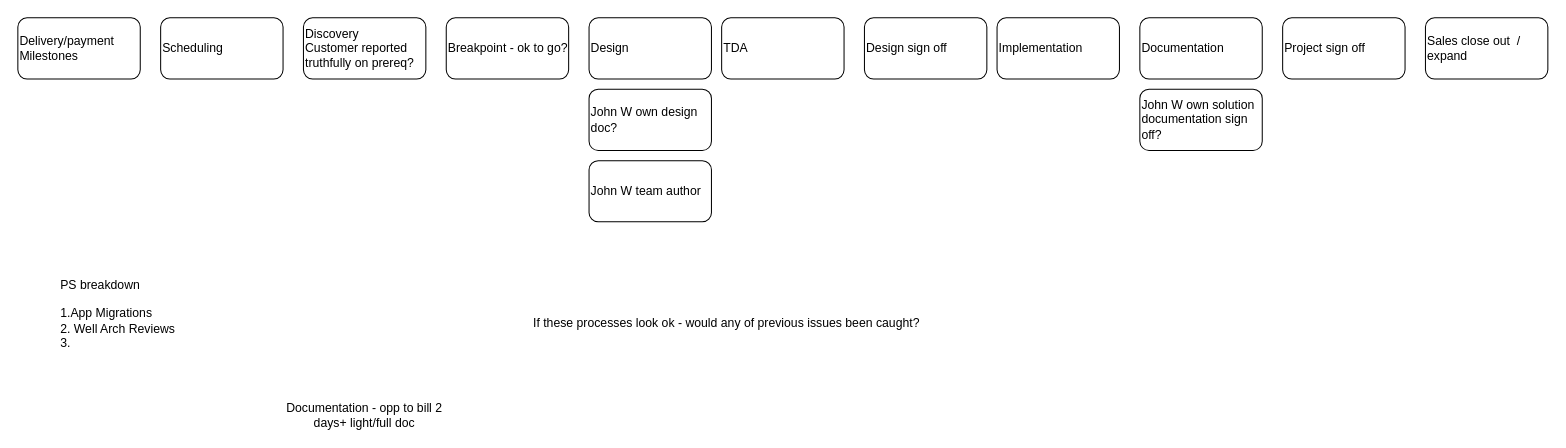
Above: page "PS" (2 of 3) of Processes.drawio in taupoali/awsdiagrams (draw.io), before the change. Source tidied: cells renumbered, new cells numbered last; positions are measured from the earlier drawing's top-left corner, leaving out a move shared by most shapes. Both pictures are drawn from the tidied source at 102%, with x=0, y=0 at pixel (17, 17).
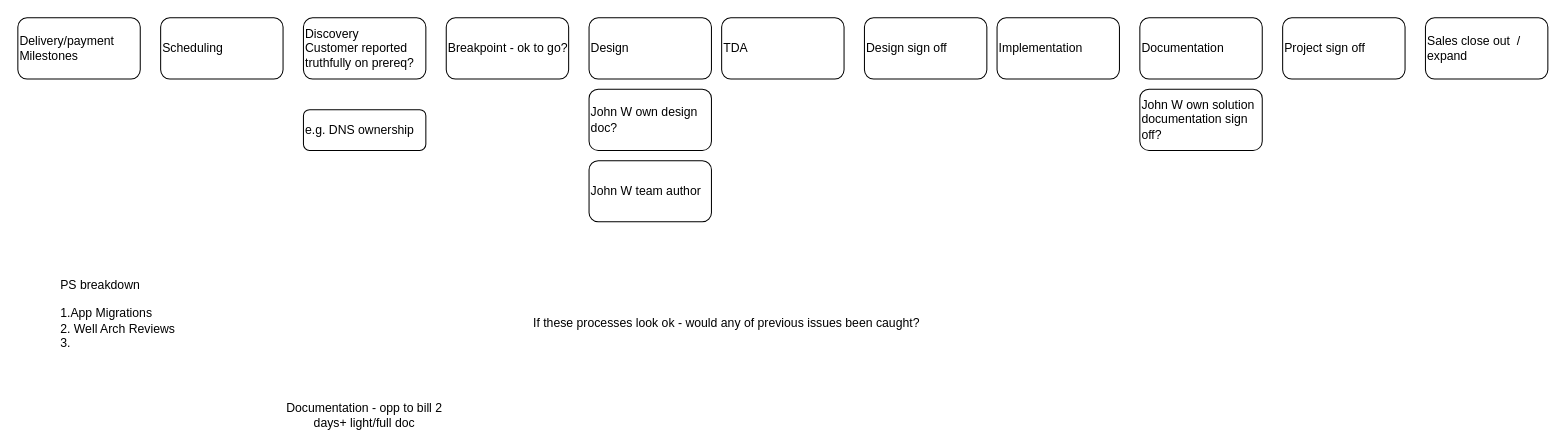
Above is the later version.

Diff of the diagram source:
```diff
@@
 <mxGraphModel>
   <root>
     <mxCell id="0" />
     <mxCell id="1" parent="0" />
     <mxCell id="2" value="Scheduling" style="rounded=1;whiteSpace=wrap;html=1;align=left;" parent="1" vertex="1">
       <mxGeometry x="140" width="120" height="60" as="geometry" />
     </mxCell>
     <mxCell id="3" value="Delivery/payment Milestones&amp;nbsp;" style="rounded=1;whiteSpace=wrap;html=1;align=left;" parent="1" vertex="1">
       <mxGeometry width="120" height="60" as="geometry" />
     </mxCell>
     <mxCell id="4" value="Discovery&lt;br&gt;Customer reported truthfully on prereq?" style="rounded=1;whiteSpace=wrap;html=1;align=left;" parent="1" vertex="1">
       <mxGeometry x="280" width="120" height="60" as="geometry" />
     </mxCell>
     <mxCell id="5" value="Breakpoint - ok to go?" style="rounded=1;whiteSpace=wrap;html=1;align=left;" parent="1" vertex="1">
       <mxGeometry x="420" width="120" height="60" as="geometry" />
     </mxCell>
     <mxCell id="6" value="Design" style="rounded=1;whiteSpace=wrap;html=1;align=left;" parent="1" vertex="1">
       <mxGeometry x="560" width="120" height="60" as="geometry" />
     </mxCell>
     <mxCell id="7" value="John W own design doc?" style="rounded=1;whiteSpace=wrap;html=1;align=left;" parent="1" vertex="1">
       <mxGeometry x="560" y="70" width="120" height="60" as="geometry" />
     </mxCell>
     <mxCell id="8" value="John W team author" style="rounded=1;whiteSpace=wrap;html=1;align=left;" parent="1" vertex="1">
       <mxGeometry x="560" y="140" width="120" height="60" as="geometry" />
     </mxCell>
     <mxCell id="9" value="Design sign off" style="rounded=1;whiteSpace=wrap;html=1;align=left;" parent="1" vertex="1">
       <mxGeometry x="830" width="120" height="60" as="geometry" />
     </mxCell>
     <mxCell id="10" value="TDA" style="rounded=1;whiteSpace=wrap;html=1;align=left;" parent="1" vertex="1">
       <mxGeometry x="690" width="120" height="60" as="geometry" />
     </mxCell>
     <mxCell id="11" value="Implementation" style="rounded=1;whiteSpace=wrap;html=1;align=left;" parent="1" vertex="1">
       <mxGeometry x="960" width="120" height="60" as="geometry" />
     </mxCell>
     <mxCell id="12" value="Documentation" style="rounded=1;whiteSpace=wrap;html=1;align=left;" parent="1" vertex="1">
       <mxGeometry x="1100" width="120" height="60" as="geometry" />
     </mxCell>
     <mxCell id="13" value="Project sign off" style="rounded=1;whiteSpace=wrap;html=1;align=left;" parent="1" vertex="1">
       <mxGeometry x="1240" width="120" height="60" as="geometry" />
     </mxCell>
     <mxCell id="14" value="John W own solution documentation sign off?" style="rounded=1;whiteSpace=wrap;html=1;align=left;" parent="1" vertex="1">
       <mxGeometry x="1100" y="70" width="120" height="60" as="geometry" />
     </mxCell>
     <mxCell id="15" value="Sales close out&amp;nbsp; / expand" style="rounded=1;whiteSpace=wrap;html=1;align=left;" parent="1" vertex="1">
       <mxGeometry x="1380" width="120" height="60" as="geometry" />
     </mxCell>
     <mxCell id="16" value="PS breakdown&lt;br&gt;&lt;br&gt;1.App Migrations&lt;br&gt;2. Well Arch Reviews&lt;br&gt;3.&amp;nbsp;" style="text;html=1;strokeColor=none;fillColor=none;align=left;verticalAlign=middle;whiteSpace=wrap;rounded=0;" parent="1" vertex="1">
       <mxGeometry x="40" y="280" width="130" height="20" as="geometry" />
     </mxCell>
     <mxCell id="17" value="If these processes look ok - would any of previous issues been caught?" style="text;html=1;strokeColor=none;fillColor=none;align=center;verticalAlign=middle;whiteSpace=wrap;rounded=0;" parent="1" vertex="1">
       <mxGeometry x="490" y="290" width="410" height="20" as="geometry" />
     </mxCell>
     <mxCell id="18" value="Documentation - opp to bill 2 days+ light/full doc" style="text;html=1;strokeColor=none;fillColor=none;align=center;verticalAlign=middle;whiteSpace=wrap;rounded=0;" parent="1" vertex="1">
       <mxGeometry x="260" y="380" width="160" height="20" as="geometry" />
     </mxCell>
+    <mxCell id="19" value="e.g. DNS ownership" style="rounded=1;whiteSpace=wrap;html=1;align=left;" parent="1" vertex="1">
+      <mxGeometry x="280" y="90" width="120" height="40" as="geometry" />
+    </mxCell>
   </root>
 </mxGraphModel>
```
